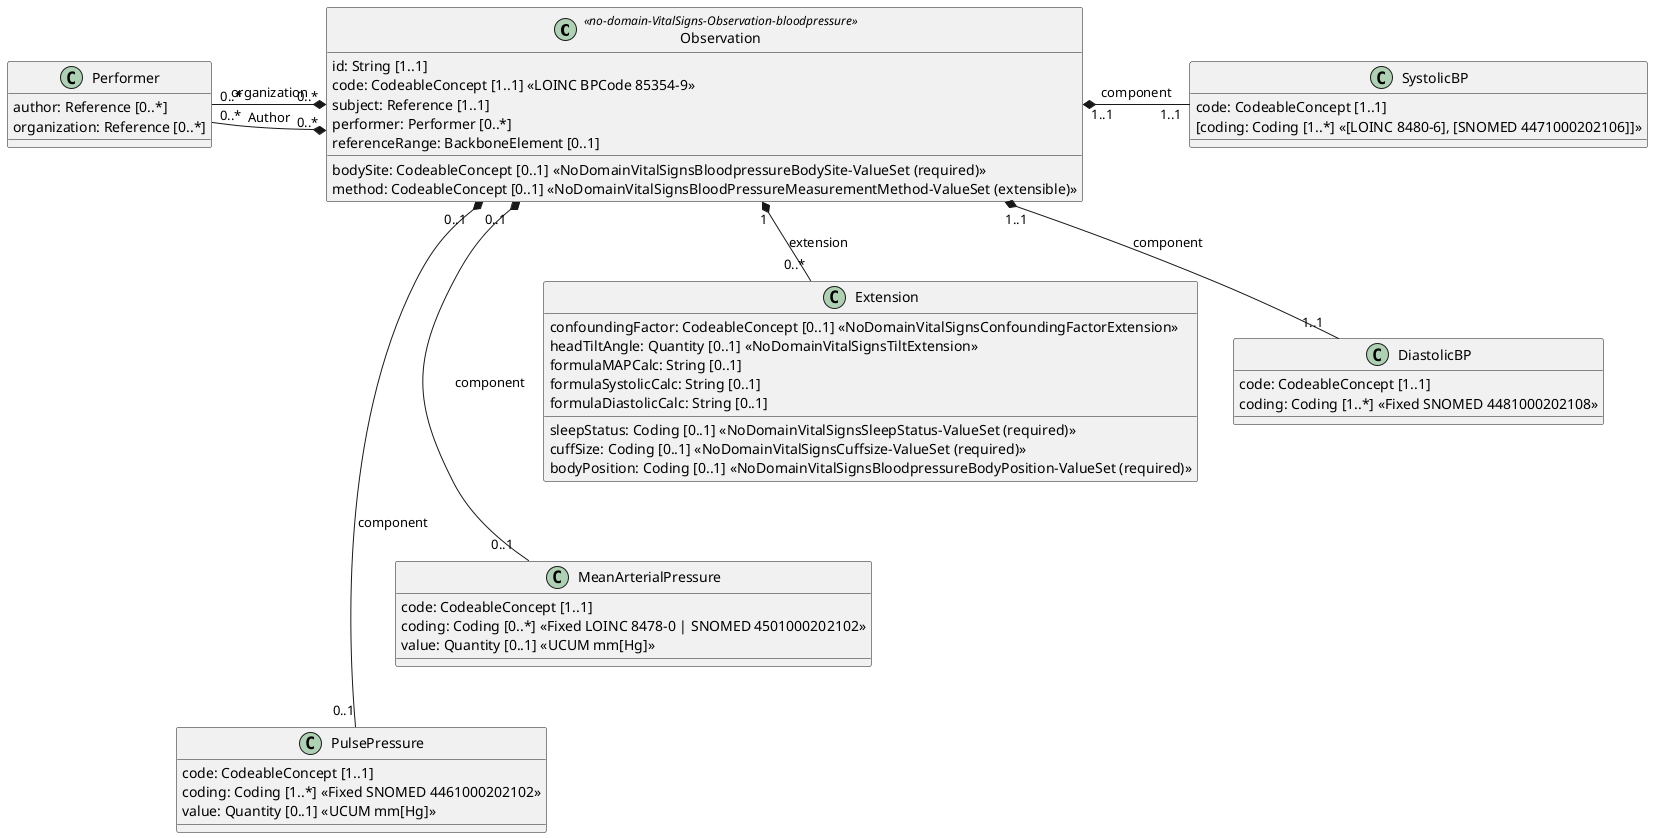
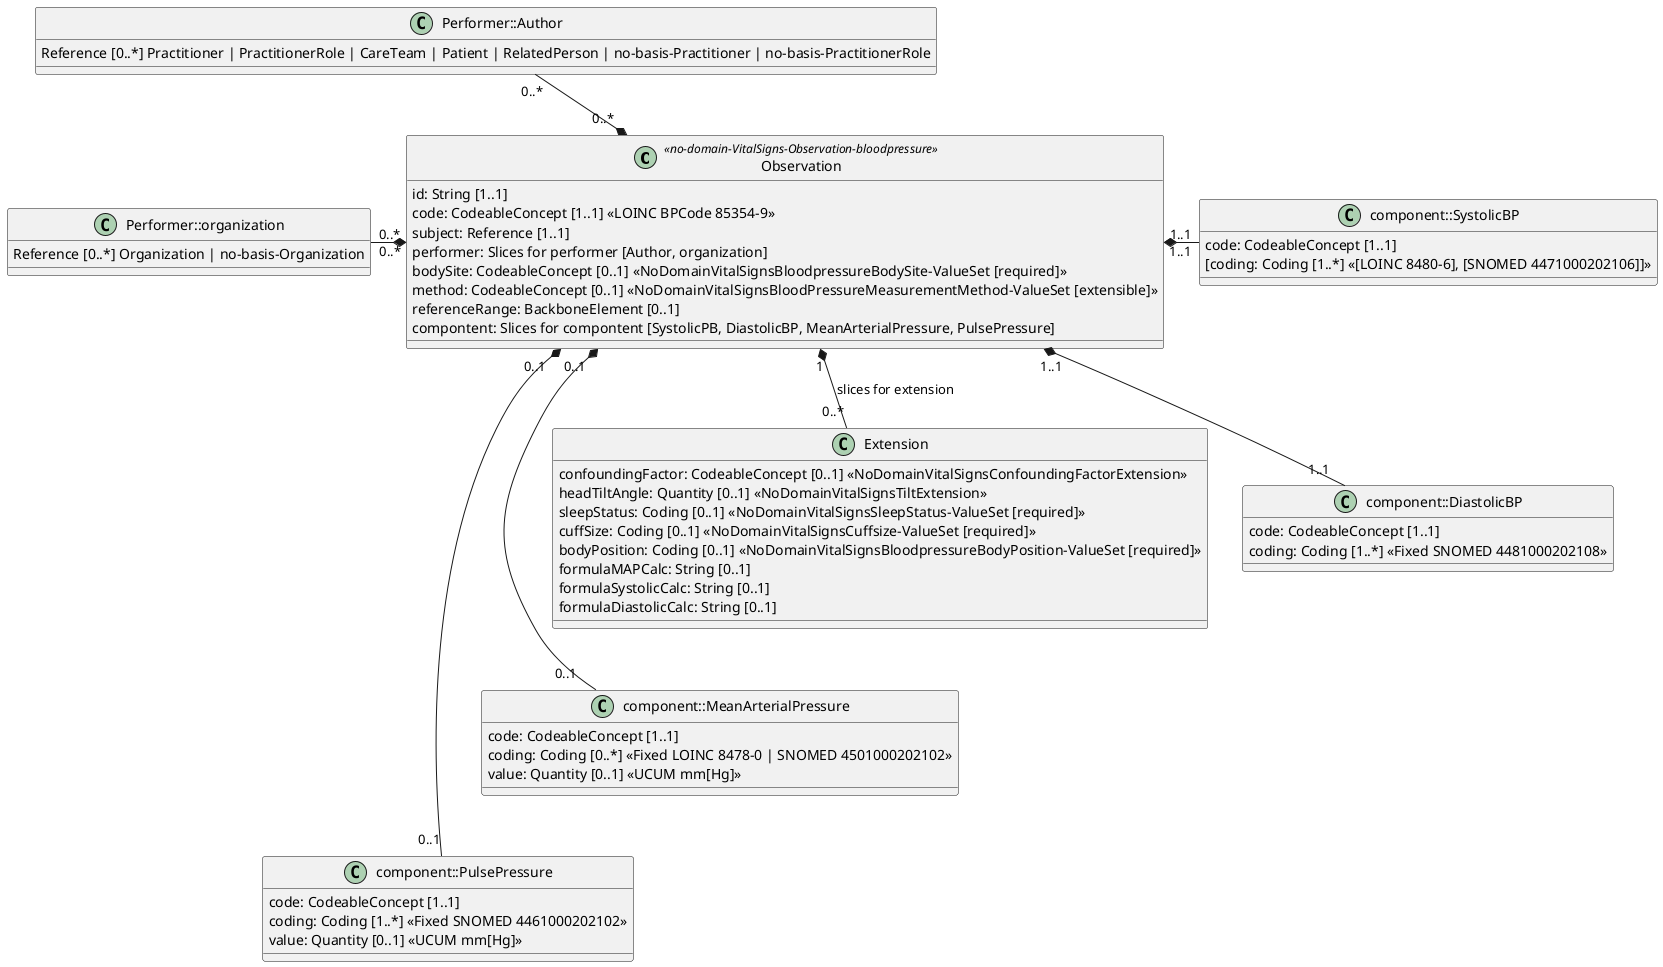
- class  Observation <<no-domain-VitalSigns-Observation-bloodpressure>> {
-   id: String [1..1]
-   'observation_bp: String [0..*] <<FHIR Blood Pressure Profile Norway>>
-   code: CodeableConcept [1..1] <<LOINC BPCode 85354-9>>
-   subject: Reference [1..1]
-   performer: Performer [0..*]
-   bodySite: CodeableConcept [0..1] <<NoDomainVitalSignsBloodpressureBodySite-ValueSet (required)>>
-   method: CodeableConcept [0..1] <<NoDomainVitalSignsBloodPressureMeasurementMethod-ValueSet (extensible)>>
-   referenceRange: BackboneElement [0..1]
-   component: SystolicBP [1..1]
-   component: DiastolicBP [1..1]
-   component: MeanArterialPressure [0..1]
-   component: PulsePressure [0..1]
- }
- 
@startuml
' Hovedklasse Observation
class  Observation <<no-domain-VitalSigns-Observation-bloodpressure>> {
  id: String [1..1]
  'observation_bp: String [0..*] <<FHIR Blood Pressure Profile Norway>>
  code: CodeableConcept [1..1] <<LOINC BPCode 85354-9>>
  subject: Reference [1..1]
-   performer: Performer [0..*]
-   bodySite: CodeableConcept [0..1] <<NoDomainVitalSignsBloodpressureBodySite-ValueSet (required)>>
-   method: CodeableConcept [0..1] <<NoDomainVitalSignsBloodPressureMeasurementMethod-ValueSet (extensible)>>
+   performer: Slices for performer [Author, organization]
+   bodySite: CodeableConcept [0..1] <<NoDomainVitalSignsBloodpressureBodySite-ValueSet [required]>>
+   method: CodeableConcept [0..1] <<NoDomainVitalSignsBloodPressureMeasurementMethod-ValueSet [extensible]>>
  referenceRange: BackboneElement [0..1]
+   compontent: Slices for compontent [SystolicPB, DiastolicBP, MeanArterialPressure, PulsePressure]
}

' Extension med slices
class Extension {
  confoundingFactor: CodeableConcept [0..1] <<NoDomainVitalSignsConfoundingFactorExtension>>
  headTiltAngle: Quantity [0..1] <<NoDomainVitalSignsTiltExtension>>
-   sleepStatus: Coding [0..1] <<NoDomainVitalSignsSleepStatus-ValueSet (required)>>
-   cuffSize: Coding [0..1] <<NoDomainVitalSignsCuffsize-ValueSet (required)>>
-   bodyPosition: Coding [0..1] <<NoDomainVitalSignsBloodpressureBodyPosition-ValueSet (required)>>
+   sleepStatus: Coding [0..1] <<NoDomainVitalSignsSleepStatus-ValueSet [required]>>
+   cuffSize: Coding [0..1] <<NoDomainVitalSignsCuffsize-ValueSet [required]>>
+   bodyPosition: Coding [0..1] <<NoDomainVitalSignsBloodpressureBodyPosition-ValueSet [required]>>
  formulaMAPCalc: String [0..1]
  formulaSystolicCalc: String [0..1]
  formulaDiastolicCalc: String [0..1]
}

'class CodeableConcept {
'  coding: Coding [1..*]
'}

'class Coding {
'  system: URI [1..1]
'  code: String [1..1]
'}

- class Performer {
-   author: Reference [0..*]
-   organization: Reference [0..*]
+ class Performer::Author {
+   Reference [0..*] Practitioner | PractitionerRole | CareTeam | Patient | RelatedPerson | no-basis-Practitioner | no-basis-PractitionerRole
+ }
+ 
+ class Performer::organization {
+   Reference [0..*] Organization | no-basis-Organization
}

'class BodySite {
'  coding: Coding [0..*] <<NoDomainVitalSignsBloodpressureBodySite-ValueSet (required)>>
'}

'class Method {
'  coding: Coding [0..*] <<NoDomainVitalSignsBloodPressureMeasurementMethod-ValueSet (extensible)>>
'}

- class SystolicBP {
+ class component::SystolicBP {
  code: CodeableConcept [1..1]
  [coding: Coding [1..*] <<[LOINC 8480-6], [SNOMED 4471000202106]]>>
}

- class DiastolicBP {
+ class component::DiastolicBP {
  code: CodeableConcept [1..1]
  coding: Coding [1..*] <<Fixed SNOMED 4481000202108>>
}

- class MeanArterialPressure {
+ class component::MeanArterialPressure {
  code: CodeableConcept [1..1]
  coding: Coding [0..*] <<Fixed LOINC 8478-0 | SNOMED 4501000202102>>
  value: Quantity [0..1] <<UCUM mm[Hg]>>
}

- class PulsePressure {
+ class component::PulsePressure {
  code: CodeableConcept [1..1]
  coding: Coding [1..*] <<Fixed SNOMED 4461000202102>>
  value: Quantity [0..1] <<UCUM mm[Hg]>>
}

' Relasjoner
'Observation "0..*" *-- "0..*" Extension
'Observation "1..1" *-- "1..1" Reference : subject
'Observation "0..*" *-- "0..*" Performer : performer
'Observation "0..1" *-- "0..1" BodySite
'Observation "0..1" *-- "0..1" Method

'Observation "1..1" *-- "1..1" SystolicBP : component
'Observation "1..1" *-- "1..1" DiastolicBP : component
'Observation "0..1" *-- "0..1" MeanArterialPressure : component
'Observation "0..1" *-- "0..1" PulsePressure : component

- Observation "1" *-down- "0..*" Extension :extension
- Observation "0..*" *-left- "0..*" Performer :Author
- Observation "0..*" *-left- "0..*" Performer :organization
+ Observation "1" *-down- "0..*" Extension :slices for extension
+ Observation "0..*" *-left- "0..*" Performer::Author
+ Observation "0..*" *-left- "0..*" Performer::organization
+ Performer::Author -down[hidden]- Performer::organization
'Performer -[hidden]down- BodySite
'BodySite -[hidden]down- Method
'Method -[hidden]down- Extension
'Observation "0..1" *-left- "0..1" BodySite
'Observation "0..1" *-left- "0..1" Method
'Observation "0..*" *-right- "0..*" Component
'Component "1" *-- "1" CodeableConcept
'Component "1" *-- "1" Quantity
- Observation "1..1" *-right- "1..1" SystolicBP :component
- Observation "1..1" *-right- "1..1" DiastolicBP :component
- Observation "0..1" *-right- "0..1" MeanArterialPressure :component
- Observation "0..1" *-right- "0..1" PulsePressure :component
- SystolicBP -[hidden]down- DiastolicBP
- DiastolicBP -[hidden]down- MeanArterialPressure
- MeanArterialPressure -[hidden]down- PulsePressure
+ Observation "1..1" *-right- "1..1" component::SystolicBP
+ Observation "1..1" *-right- "1..1" component::DiastolicBP
+ Observation "0..1" *-right- "0..1" component::MeanArterialPressure
+ Observation "0..1" *-right- "0..1" component::PulsePressure
+ component::SystolicBP -[hidden]down- component::DiastolicBP
+ component::DiastolicBP -[hidden]down- component::MeanArterialPressure
+ component::MeanArterialPressure -[hidden]down- component::PulsePressure
'SystolicBP "1" *-right- "1" CodeableConcept
'SystolicBP "1" *-right- "0..*" Coding
'DiastolicBP "1" *-right- "1" CodeableConcept
'DiastolicBP "1" *-right- "0..*" Coding
'MeanArterialPressure "1" *-right- "1" CodeableConcept
'MeanArterialPressure "1" *-right- "0..*" Coding
'PulsePressure "1" *-right- "1" CodeableConcept
'PulsePressure "1" *-right- "0..*" Coding

@enduml


'class SystolicBP {
'  code: CodeableConcept [1..1]
'}

'package "Systolic Coding" {

'class CodeableConcept {
'  coding: Coding [1..*]
'}

'class Coding {
'  system: URI [1..1]
'  code: String [1..1] <<Fixed SNOMED 4471000202106>>
'}
'}

'Observation "1..1" *-right- "1..1" SystolicBP :component
'SystolicBP "1" *-- "1" CodeableConcept :code
'CodeableConcept "1" *-- "1" Coding